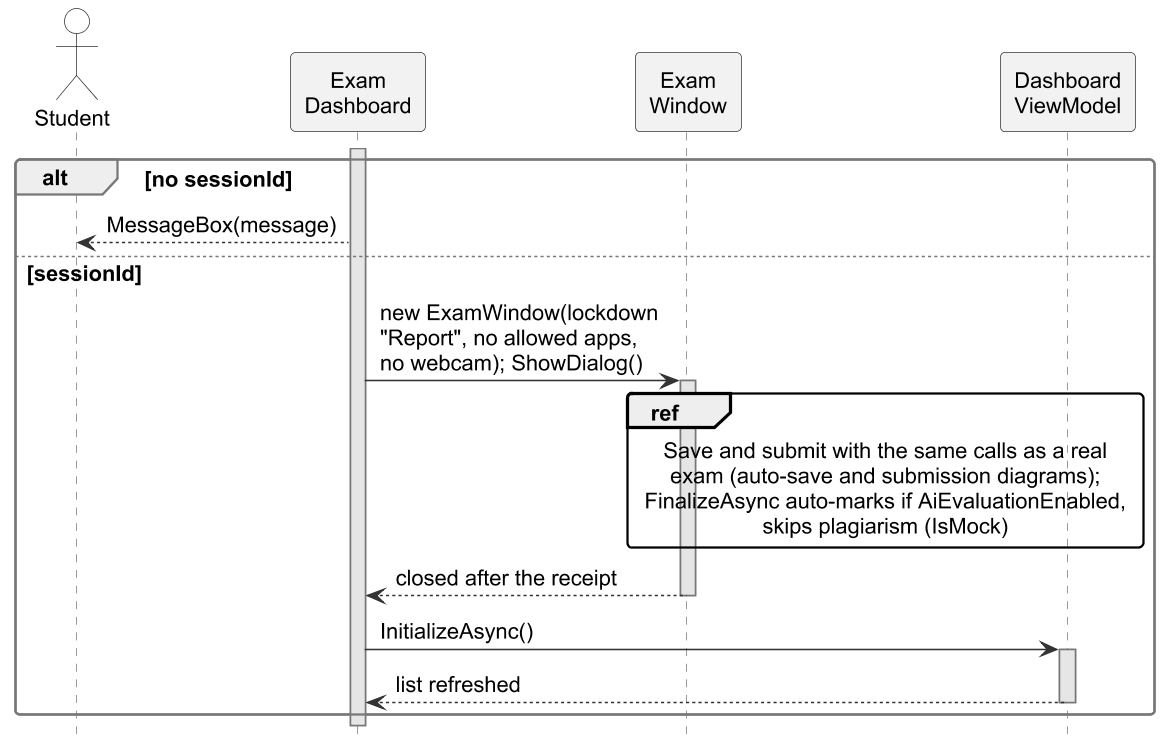
Earlier version of the PlantUML export important docs/fyp_doc_3chatp/Figures/seq_readiness_c.png (Haiderali27-hub/AI-Lab-Monitoring-). Source of this version:
```plantuml
@startuml
!include style.iuml
skinparam defaultFontSize 14
skinparam ArrowFontSize 14
hide footbox
hide unlinked
skinparam ParticipantPadding 2
skinparam BoxPadding 0
skinparam maxMessageSize 200
skinparam sequence {
  MessageAlign left
  LifeLineBackgroundColor #E6E6E6
}

actor Student
participant "Exam\nDashboard" as UI
participant "Exam\nWindow" as EW
participant "Dashboard\nViewModel" as VM
participant "ApiClient" as API
participant "Exams\nController" as EC
database "AppDbContext" as DB
activate UI
alt no sessionId
  UI --> Student : MessageBox(message)
else sessionId
  UI -> EW : new ExamWindow(lockdown\n"Report", no allowed apps,\nno webcam); ShowDialog()
  activate EW
  ref over EW, VM
  Save and submit with the same calls as a real
  exam (auto-save and submission diagrams);
  FinalizeAsync auto-marks if AiEvaluationEnabled,
  skips plagiarism (IsMock)
  end ref
  EW --> UI : closed after the receipt
  deactivate EW
  UI -> VM : InitializeAsync()
  activate VM
  VM --> UI : list refreshed
  deactivate VM
end
deactivate UI
@enduml
```
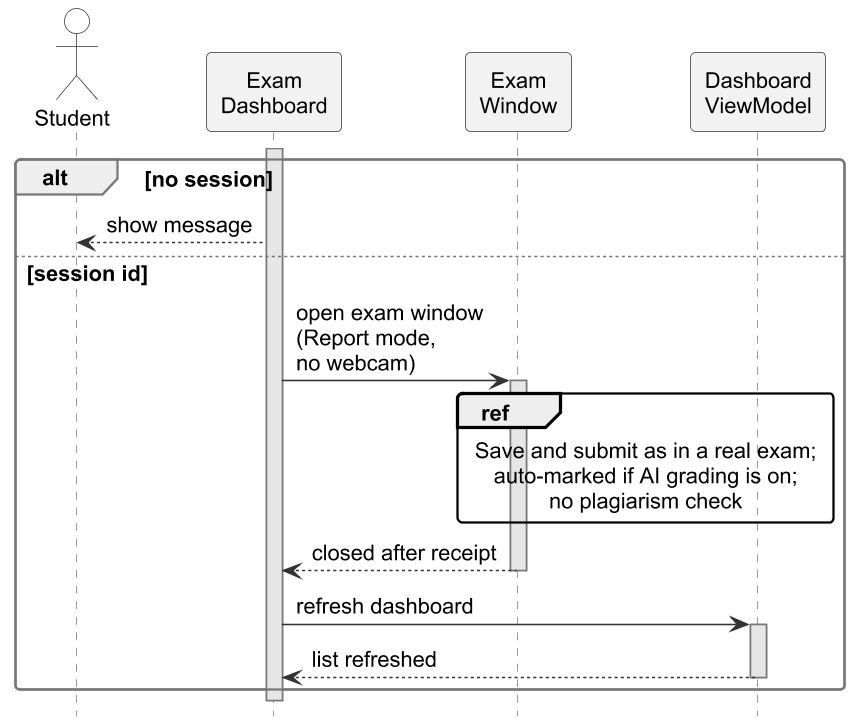
Later version of the same file.

The edit, as a diff of the source:
```diff
@@ -6,7 +6,6 @@
 hide unlinked
 skinparam ParticipantPadding 2
 skinparam BoxPadding 0
-skinparam maxMessageSize 200
 skinparam sequence {
   MessageAlign left
   LifeLineBackgroundColor #E6E6E6
@@ -16,24 +15,20 @@
 participant "Exam\nDashboard" as UI
 participant "Exam\nWindow" as EW
 participant "Dashboard\nViewModel" as VM
-participant "ApiClient" as API
-participant "Exams\nController" as EC
-database "AppDbContext" as DB
 activate UI
-alt no sessionId
-  UI --> Student : MessageBox(message)
-else sessionId
-  UI -> EW : new ExamWindow(lockdown\n"Report", no allowed apps,\nno webcam); ShowDialog()
+alt no session
+  UI --> Student : show message
+else session id
+  UI -> EW : open exam window\n(Report mode,\nno webcam)
   activate EW
   ref over EW, VM
-  Save and submit with the same calls as a real
-  exam (auto-save and submission diagrams);
-  FinalizeAsync auto-marks if AiEvaluationEnabled,
-  skips plagiarism (IsMock)
+  Save and submit as in a real exam;
+  auto-marked if AI grading is on;
+  no plagiarism check
   end ref
-  EW --> UI : closed after the receipt
+  EW --> UI : closed after receipt
   deactivate EW
-  UI -> VM : InitializeAsync()
+  UI -> VM : refresh dashboard
   activate VM
   VM --> UI : list refreshed
   deactivate VM
```
